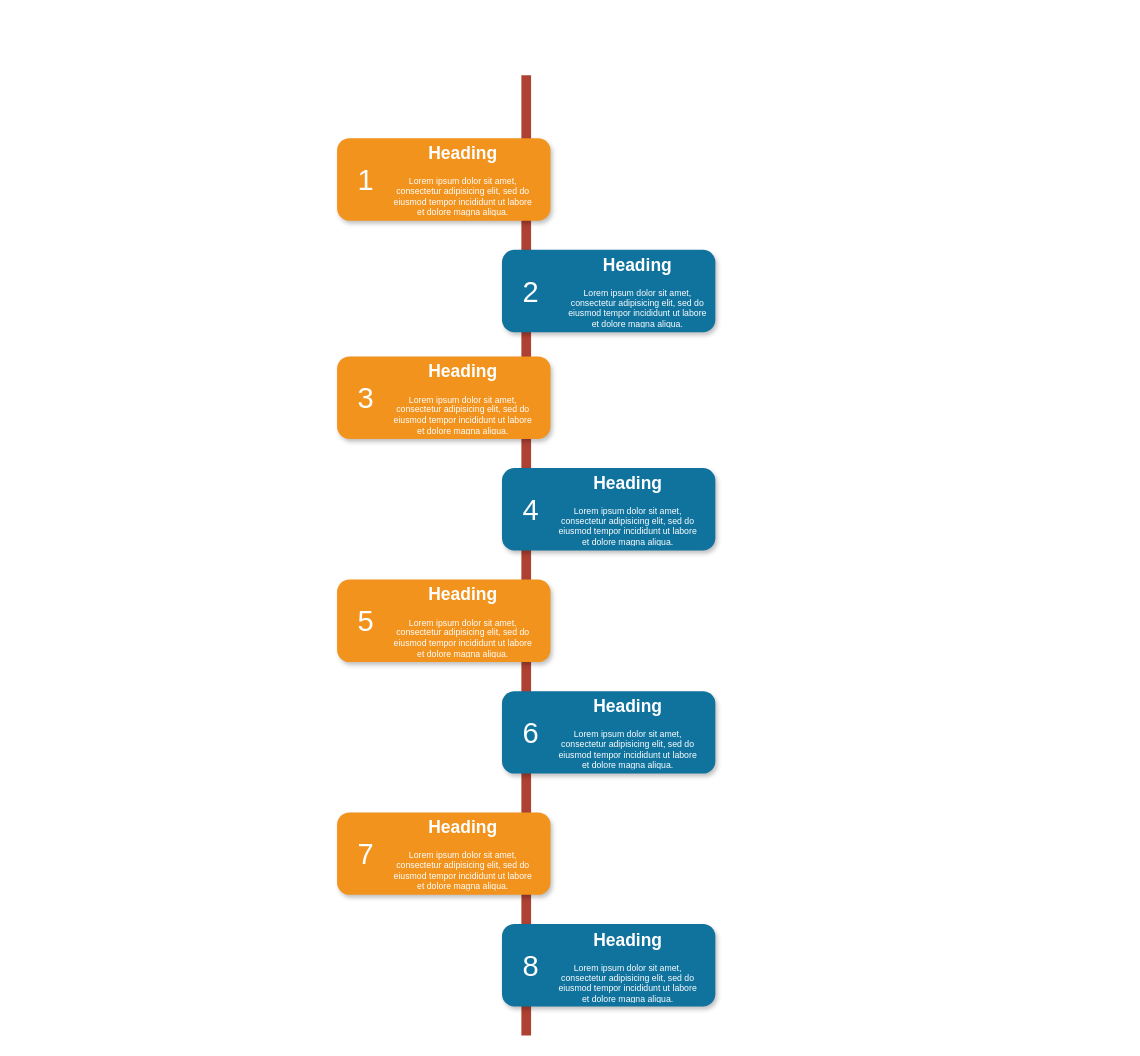
The draw.io diagram Untitled Diagram.drawio in Adityacs001/snippet, before the edit. Source tidied: cells renumbered, new cells numbered last; positions are measured from the earlier drawing's top-left corner, leaving out a move shared by most shapes. Both pictures are drawn from the tidied source at 97%, with x=0, y=0 at pixel (337, 75).
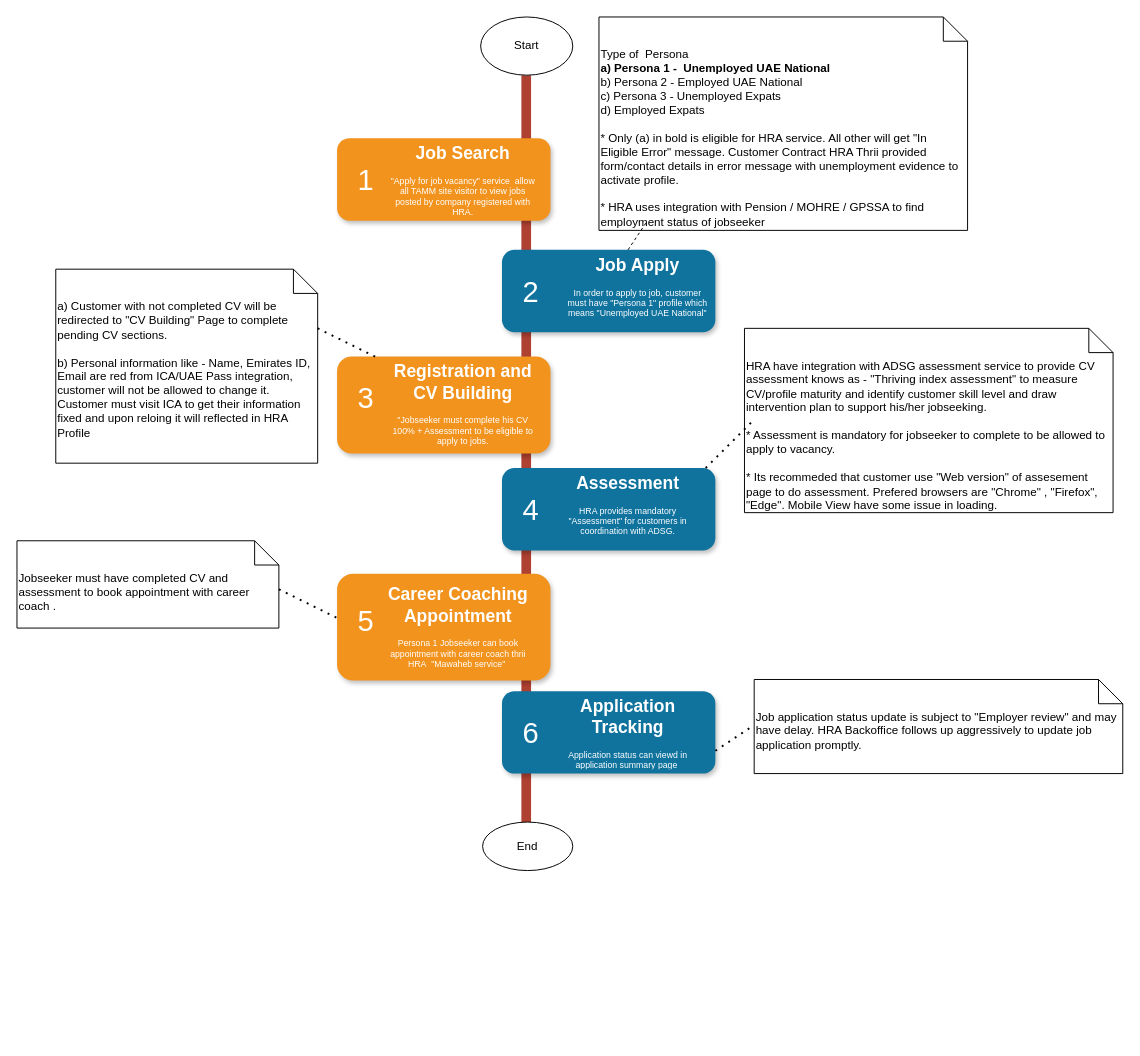
The same page after the edit.

The edit, as a diff of the source:
```diff
@@
     <mxCell id="2" style="line;strokeWidth=10;direction=south;html=1;fillColor=none;fontSize=13;fontColor=#000000;align=center;strokeColor=#AE4132;" parent="1" vertex="1">
-      <mxGeometry x="190" width="10" height="990" as="geometry" />
+      <mxGeometry x="190" width="10" height="770" as="geometry" />
     </mxCell>
@@
     <mxCell id="7" style="rounded=1;whiteSpace=wrap;html=1;strokeColor=none;strokeWidth=1;fillColor=#F2931E;fontSize=13;fontColor=#FFFFFF;align=center;gradientColor=none;gradientDirection=east;verticalAlign=top;shadow=1;" parent="1" vertex="1">
-      <mxGeometry y="290" width="220" height="85" as="geometry" />
+      <mxGeometry y="290" width="220" height="100" as="geometry" />
     </mxCell>
@@
     <mxCell id="11" style="rounded=1;whiteSpace=wrap;html=1;strokeColor=none;strokeWidth=1;fillColor=#F2931E;fontSize=13;fontColor=#FFFFFF;align=center;gradientColor=none;gradientDirection=east;verticalAlign=top;shadow=1;" parent="1" vertex="1">
-      <mxGeometry y="520" width="220" height="85" as="geometry" />
+      <mxGeometry y="514" width="220" height="110" as="geometry" />
     </mxCell>
@@
-    <mxCell id="15" style="rounded=1;whiteSpace=wrap;html=1;strokeColor=none;strokeWidth=1;fillColor=#F2931E;fontSize=13;fontColor=#FFFFFF;align=center;gradientColor=none;gradientDirection=east;verticalAlign=top;shadow=1;" parent="1" vertex="1">
-      <mxGeometry y="760" width="220" height="85" as="geometry" />
-    </mxCell>
-    <mxCell id="16" value="7" style="text;html=1;strokeColor=none;fillColor=none;align=center;verticalAlign=middle;whiteSpace=wrap;fontSize=30;fontColor=#FFFFFF;" parent="1" vertex="1">
-      <mxGeometry x="10" y="793" width="40" height="20" as="geometry" />
-    </mxCell>
-    <mxCell id="17" style="rounded=1;whiteSpace=wrap;html=1;strokeColor=none;strokeWidth=1;fillColor=#10739E;fontSize=13;fontColor=#FFFFFF;align=center;gradientColor=none;gradientDirection=east;verticalAlign=top;shadow=1;" parent="1" vertex="1">
-      <mxGeometry x="170" y="875" width="220" height="85" as="geometry" />
-    </mxCell>
-    <mxCell id="18" value="8" style="text;html=1;strokeColor=none;fillColor=none;align=center;verticalAlign=middle;whiteSpace=wrap;fontSize=30;fontColor=#FFFFFF;" parent="1" vertex="1">
-      <mxGeometry x="180" y="908" width="40" height="20" as="geometry" />
-    </mxCell>
-    <mxCell id="19" value="&lt;h1&gt;Heading&lt;/h1&gt;&lt;p&gt;Lorem ipsum dolor sit amet, consectetur adipisicing elit, sed do eiusmod tempor incididunt ut labore et dolore magna aliqua.&lt;/p&gt;" style="text;html=1;spacing=5;spacingTop=-20;whiteSpace=wrap;overflow=hidden;strokeColor=none;strokeWidth=4;fillColor=none;gradientColor=#007FFF;fontSize=9;fontColor=#FFFFFF;align=center;" parent="1" vertex="1">
+    <mxCell id="19" value="&lt;h1&gt;Job Search&lt;/h1&gt;&lt;div&gt;&quot;Apply for job vacancy&quot; service&amp;nbsp; allow all TAMM site visitor to view jobs posted by company registered with HRA.&lt;/div&gt;&lt;div&gt;&lt;br&gt;&lt;/div&gt;" style="text;html=1;spacing=5;spacingTop=-20;whiteSpace=wrap;overflow=hidden;strokeColor=none;strokeWidth=4;fillColor=none;gradientColor=#007FFF;fontSize=9;fontColor=#FFFFFF;align=center;" parent="1" vertex="1">
       <mxGeometry x="50" y="69" width="160" height="77" as="geometry" />
     </mxCell>
-    <mxCell id="20" value="&lt;h1&gt;Heading&lt;/h1&gt;&lt;p&gt;Lorem ipsum dolor sit amet, consectetur adipisicing elit, sed do eiusmod tempor incididunt ut labore et dolore magna aliqua.&lt;/p&gt;" style="text;html=1;spacing=5;spacingTop=-20;whiteSpace=wrap;overflow=hidden;strokeColor=none;strokeWidth=4;fillColor=none;gradientColor=#007FFF;fontSize=9;fontColor=#FFFFFF;align=center;" parent="1" vertex="1">
+    <mxCell id="20" value="&lt;h1&gt;Job Apply&lt;/h1&gt;&lt;p&gt;In order to apply to job, customer must have &quot;Persona 1&quot; profile which means &quot;Unemployed UAE National&quot;&lt;/p&gt;" style="text;html=1;spacing=5;spacingTop=-20;whiteSpace=wrap;overflow=hidden;strokeColor=none;strokeWidth=4;fillColor=none;gradientColor=#007FFF;fontSize=9;fontColor=#FFFFFF;align=center;" parent="1" vertex="1">
       <mxGeometry x="230" y="184" width="160" height="77" as="geometry" />
     </mxCell>
-    <mxCell id="21" value="&lt;h1&gt;Heading&lt;/h1&gt;&lt;p&gt;Lorem ipsum dolor sit amet, consectetur adipisicing elit, sed do eiusmod tempor incididunt ut labore et dolore magna aliqua.&lt;/p&gt;" style="text;html=1;spacing=5;spacingTop=-20;whiteSpace=wrap;overflow=hidden;strokeColor=none;strokeWidth=4;fillColor=none;gradientColor=#007FFF;fontSize=9;fontColor=#FFFFFF;align=center;" parent="1" vertex="1">
-      <mxGeometry x="50" y="294" width="160" height="77" as="geometry" />
+    <mxCell id="21" value="&lt;h1&gt;Registration and CV Building&lt;/h1&gt;&lt;div&gt;&quot;Jobseeker must complete his CV 100% + Assessment to be eligible to apply to jobs.&lt;/div&gt;" style="text;html=1;spacing=5;spacingTop=-20;whiteSpace=wrap;overflow=hidden;strokeColor=none;strokeWidth=4;fillColor=none;gradientColor=#007FFF;fontSize=9;fontColor=#FFFFFF;align=center;" parent="1" vertex="1">
+      <mxGeometry x="50" y="294" width="160" height="96" as="geometry" />
     </mxCell>
-    <mxCell id="22" value="&lt;h1&gt;Heading&lt;/h1&gt;&lt;p&gt;Lorem ipsum dolor sit amet, consectetur adipisicing elit, sed do eiusmod tempor incididunt ut labore et dolore magna aliqua.&lt;/p&gt;" style="text;html=1;spacing=5;spacingTop=-20;whiteSpace=wrap;overflow=hidden;strokeColor=none;strokeWidth=4;fillColor=none;gradientColor=#007FFF;fontSize=9;fontColor=#FFFFFF;align=center;" parent="1" vertex="1">
+    <mxCell id="22" value="&lt;h1&gt;Assessment&lt;/h1&gt;&lt;p&gt;HRA provides mandatory &quot;Assessment&quot; for customers in coordination with ADSG.&lt;/p&gt;" style="text;html=1;spacing=5;spacingTop=-20;whiteSpace=wrap;overflow=hidden;strokeColor=none;strokeWidth=4;fillColor=none;gradientColor=#007FFF;fontSize=9;fontColor=#FFFFFF;align=center;" parent="1" vertex="1">
       <mxGeometry x="220" y="409" width="160" height="77" as="geometry" />
     </mxCell>
-    <mxCell id="23" value="&lt;h1&gt;Heading&lt;/h1&gt;&lt;p&gt;Lorem ipsum dolor sit amet, consectetur adipisicing elit, sed do eiusmod tempor incididunt ut labore et dolore magna aliqua.&lt;/p&gt;" style="text;html=1;spacing=5;spacingTop=-20;whiteSpace=wrap;overflow=hidden;strokeColor=none;strokeWidth=4;fillColor=none;gradientColor=#007FFF;fontSize=9;fontColor=#FFFFFF;align=center;" parent="1" vertex="1">
-      <mxGeometry x="50" y="524" width="160" height="77" as="geometry" />
+    <mxCell id="23" value="&lt;h1&gt;Career Coaching Appointment&lt;/h1&gt;&lt;p&gt;Persona 1 Jobseeker can book appointment with career coach thrii HRA&amp;nbsp; &quot;Mawaheb service&quot;&amp;nbsp;&lt;/p&gt;" style="text;html=1;spacing=5;spacingTop=-20;whiteSpace=wrap;overflow=hidden;strokeColor=none;strokeWidth=4;fillColor=none;gradientColor=#007FFF;fontSize=9;fontColor=#FFFFFF;align=center;" parent="1" vertex="1">
+      <mxGeometry x="40" y="524" width="170" height="106" as="geometry" />
     </mxCell>
-    <mxCell id="24" value="&lt;h1&gt;Heading&lt;/h1&gt;&lt;p&gt;Lorem ipsum dolor sit amet, consectetur adipisicing elit, sed do eiusmod tempor incididunt ut labore et dolore magna aliqua.&lt;/p&gt;" style="text;html=1;spacing=5;spacingTop=-20;whiteSpace=wrap;overflow=hidden;strokeColor=none;strokeWidth=4;fillColor=none;gradientColor=#007FFF;fontSize=9;fontColor=#FFFFFF;align=center;" parent="1" vertex="1">
+    <mxCell id="24" value="&lt;h1&gt;Application Tracking&lt;/h1&gt;&lt;div&gt;Application status can viewd in application summary page&amp;nbsp;&lt;/div&gt;" style="text;html=1;spacing=5;spacingTop=-20;whiteSpace=wrap;overflow=hidden;strokeColor=none;strokeWidth=4;fillColor=none;gradientColor=#007FFF;fontSize=9;fontColor=#FFFFFF;align=center;" parent="1" vertex="1">
       <mxGeometry x="220" y="639" width="160" height="77" as="geometry" />
     </mxCell>
-    <mxCell id="25" value="&lt;h1&gt;Heading&lt;/h1&gt;&lt;p&gt;Lorem ipsum dolor sit amet, consectetur adipisicing elit, sed do eiusmod tempor incididunt ut labore et dolore magna aliqua.&lt;/p&gt;" style="text;html=1;spacing=5;spacingTop=-20;whiteSpace=wrap;overflow=hidden;strokeColor=none;strokeWidth=4;fillColor=none;gradientColor=#007FFF;fontSize=9;fontColor=#FFFFFF;align=center;" parent="1" vertex="1">
-      <mxGeometry x="50" y="764" width="160" height="77" as="geometry" />
-    </mxCell>
-    <mxCell id="26" value="&lt;h1&gt;Heading&lt;/h1&gt;&lt;p&gt;Lorem ipsum dolor sit amet, consectetur adipisicing elit, sed do eiusmod tempor incididunt ut labore et dolore magna aliqua.&lt;/p&gt;" style="text;html=1;spacing=5;spacingTop=-20;whiteSpace=wrap;overflow=hidden;strokeColor=none;strokeWidth=4;fillColor=none;gradientColor=#007FFF;fontSize=9;fontColor=#FFFFFF;align=center;" parent="1" vertex="1">
-      <mxGeometry x="220" y="880" width="160" height="77" as="geometry" />
-    </mxCell>
+    <mxCell id="27" value="Start" style="ellipse;whiteSpace=wrap;html=1;" parent="1" vertex="1">
+      <mxGeometry x="148" y="-60" width="95" height="60" as="geometry" />
+    </mxCell>
+    <mxCell id="28" value="End" style="ellipse;whiteSpace=wrap;html=1;" parent="1" vertex="1">
+      <mxGeometry x="150" y="770" width="93" height="50" as="geometry" />
+    </mxCell>
+    <mxCell id="29" value="Type of&amp;nbsp; Persona&lt;br&gt;&lt;b&gt;a) Persona 1 -&amp;nbsp; Unemployed UAE National&lt;br&gt;&lt;/b&gt;b) Persona 2 - Employed UAE National&lt;br&gt;c) Persona 3 - Unemployed Expats&lt;br&gt;d) Employed Expats&amp;nbsp;&lt;br&gt;&lt;br&gt;* Only (a) in bold is eligible for HRA service. All other will get &quot;In Eligible Error&quot; message. Customer Contract HRA Thrii provided form/contact details in error message with unemployment evidence to activate profile.&lt;br&gt;&lt;br&gt;* HRA uses integration with Pension / MOHRE / GPSSA to find employment status of jobseeker" style="shape=note2;boundedLbl=1;whiteSpace=wrap;html=1;size=25;verticalAlign=top;align=left;" parent="1" vertex="1">
+      <mxGeometry x="270" y="-60" width="380" height="220" as="geometry" />
+    </mxCell>
+    <mxCell id="30" style="endArrow=none;dashed=1;html=1;rounded=0;" parent="1" edge="1">
+      <mxGeometry relative="1" as="geometry">
+        <mxPoint x="300" y="180" as="sourcePoint" />
+        <mxPoint x="320" y="150" as="targetPoint" />
+      </mxGeometry>
+    </mxCell>
+    <mxCell id="31" value="a) Customer with not completed CV will be redirected to &quot;CV Building&quot; Page to complete pending CV sections.&amp;nbsp;&lt;br&gt;&lt;br&gt;b) Personal information like - Name, Emirates ID, Email are red from ICA/UAE Pass integration, customer will not be allowed to change it. Customer must visit ICA to get their information fixed and upon reloing it will reflected in HRA Profile" style="shape=note2;boundedLbl=1;whiteSpace=wrap;html=1;size=25;verticalAlign=top;align=left;" parent="1" vertex="1">
+      <mxGeometry x="-290" y="200" width="270" height="200" as="geometry" />
+    </mxCell>
+    <mxCell id="32" style="endArrow=none;dashed=1;html=1;dashPattern=1 3;strokeWidth=2;rounded=0;entryX=-0.044;entryY=-0.021;entryDx=0;entryDy=0;entryPerimeter=0;" parent="1" edge="1" target="21">
+      <mxGeometry relative="1" as="geometry">
+        <mxPoint x="-20" y="261" as="sourcePoint" />
+      </mxGeometry>
+    </mxCell>
+    <mxCell id="33" value="HRA have integration with ADSG assessment service to provide CV assessment knows as - &quot;Thriving index assessment&quot; to measure CV/profile maturity and identify customer skill level and draw intervention plan to support his/her jobseeking.&lt;br&gt;&lt;br&gt;* Assessment is mandatory for jobseeker to complete to be allowed to apply to vacancy.&lt;br&gt;&lt;br&gt;* Its recommeded that customer use &quot;Web version&quot; of assesement page to do assessment. Prefered browsers are &quot;Chrome&quot; , &quot;Firefox&quot;, &quot;Edge&quot;. Mobile View have some issue in loading." style="shape=note2;boundedLbl=1;whiteSpace=wrap;html=1;size=25;verticalAlign=top;align=left;" parent="1" vertex="1">
+      <mxGeometry x="420" y="261" width="380" height="190" as="geometry" />
+    </mxCell>
+    <mxCell id="34" style="endArrow=none;dashed=1;html=1;dashPattern=1 3;strokeWidth=2;rounded=0;" parent="1" edge="1">
+      <mxGeometry relative="1" as="geometry">
+        <mxPoint x="380" y="405" as="sourcePoint" />
+        <mxPoint x="430" y="355" as="targetPoint" />
+      </mxGeometry>
+    </mxCell>
+    <mxCell id="35" value="Jobseeker must have completed CV and assessment to book appointment with career coach ." style="shape=note2;boundedLbl=1;whiteSpace=wrap;html=1;size=25;verticalAlign=top;align=left;" parent="1" vertex="1">
+      <mxGeometry x="-330" y="480" width="270" height="90" as="geometry" />
+    </mxCell>
+    <mxCell id="36" style="endArrow=none;dashed=1;html=1;dashPattern=1 3;strokeWidth=2;rounded=0;entryX=-0.044;entryY=-0.021;entryDx=0;entryDy=0;entryPerimeter=0;" parent="1" edge="1">
+      <mxGeometry relative="1" as="geometry">
+        <mxPoint x="-60" y="530" as="sourcePoint" />
+        <mxPoint x="3" y="561" as="targetPoint" />
+      </mxGeometry>
+    </mxCell>
+    <mxCell id="37" value="Job application status update is subject to &quot;Employer review&quot; and may have delay. HRA Backoffice follows up aggressively to update job application promptly." style="shape=note2;boundedLbl=1;whiteSpace=wrap;html=1;size=25;verticalAlign=top;align=left;" parent="1" vertex="1">
+      <mxGeometry x="430" y="623" width="380" height="97" as="geometry" />
+    </mxCell>
+    <mxCell id="38" style="endArrow=none;dashed=1;html=1;dashPattern=1 3;strokeWidth=2;rounded=0;" parent="1" edge="1">
+      <mxGeometry relative="1" as="geometry">
+        <mxPoint x="390" y="696.5" as="sourcePoint" />
+        <mxPoint x="430" y="670" as="targetPoint" />
+      </mxGeometry>
+    </mxCell>
```
